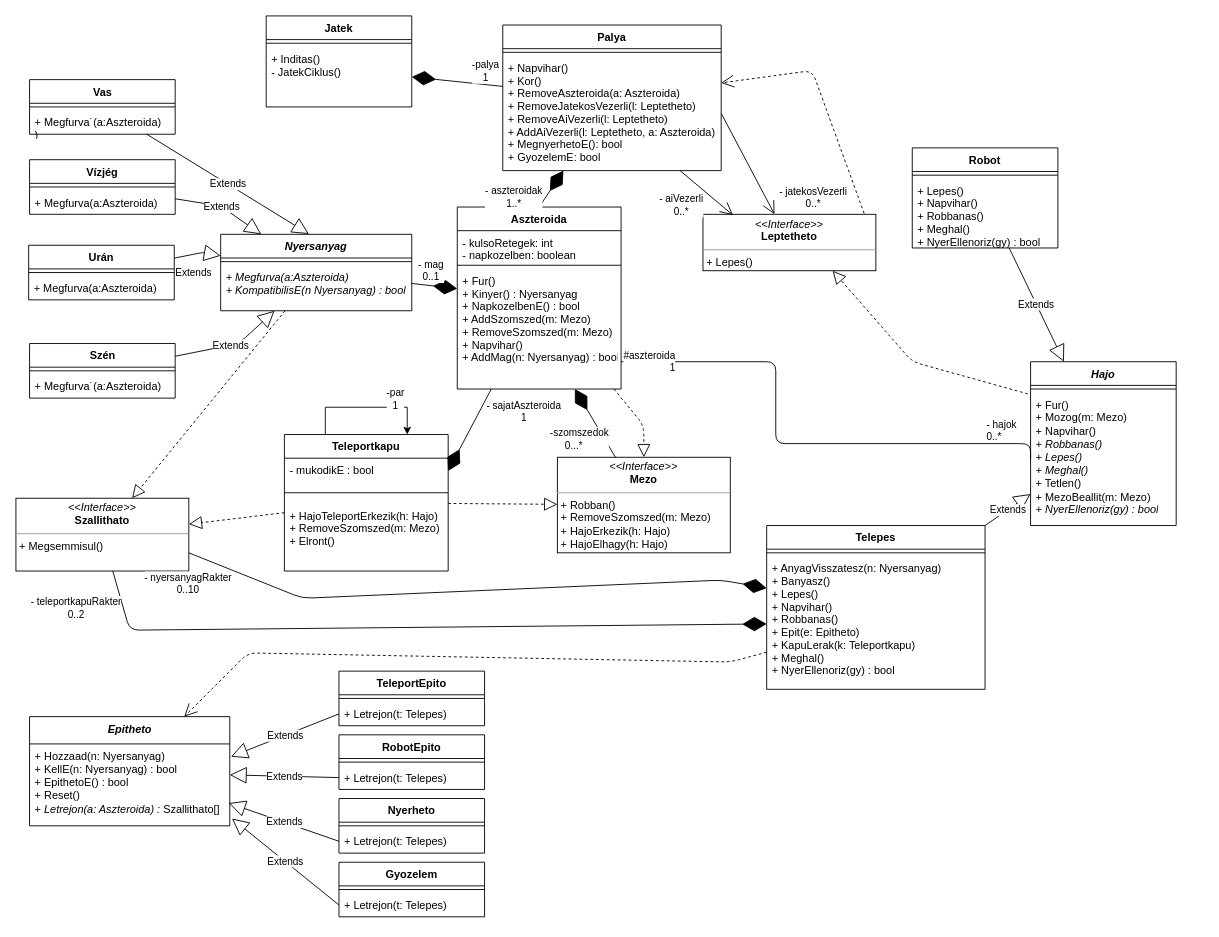
Earlier version of the draw.io diagram page "Page-1" (1 of 2) of doc/uml/class.drawio (torpeBoiGo/aszteroidabanyaszat). Source tidied: cells renumbered, new cells numbered last; positions are measured from the earlier drawing's top-left corner, leaving out a move shared by most shapes. Both pictures are drawn from the tidied source at 91%, with x=0, y=0 at pixel (15, 15).
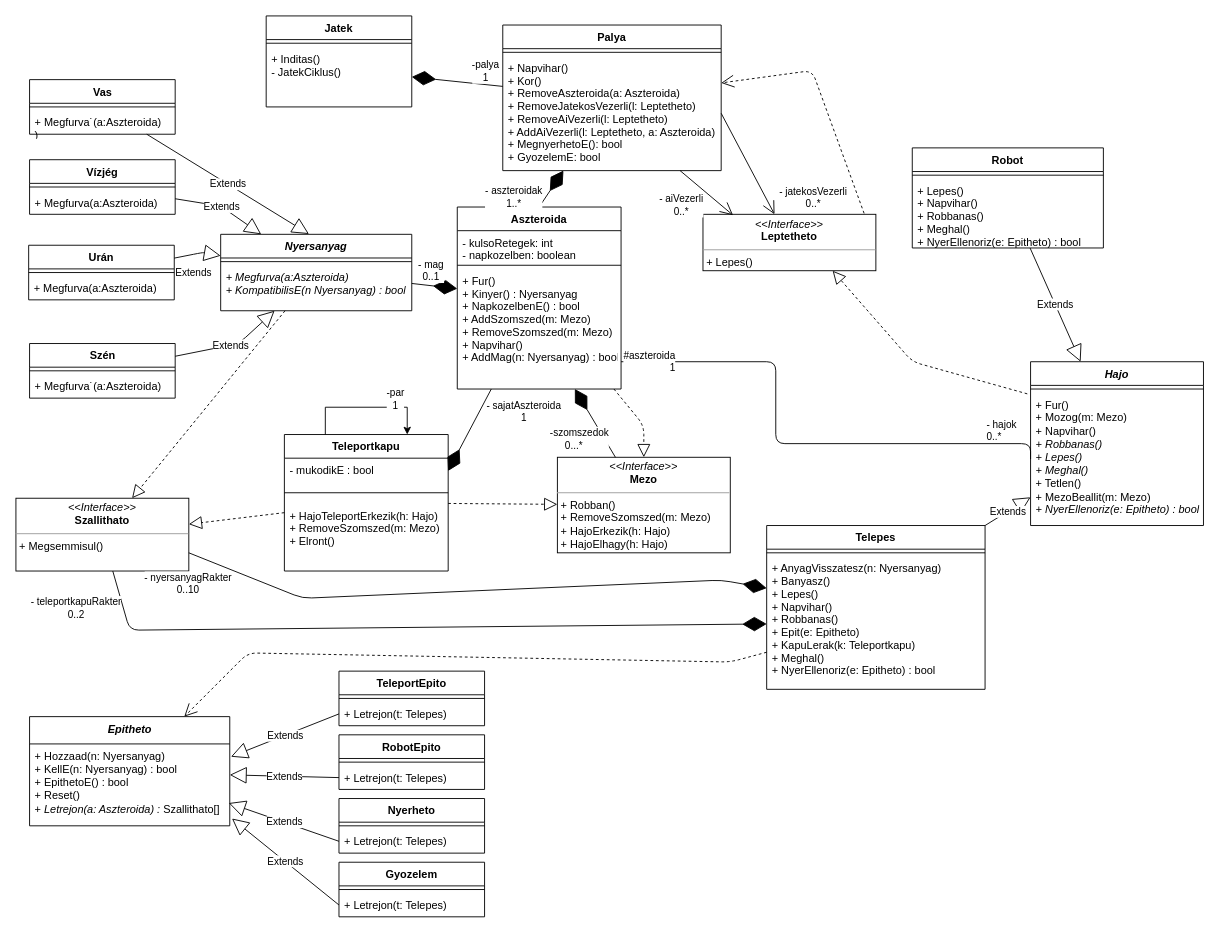
The same page after the edit.

Commit message:
Nyerellenoriz paraméter

Unchanged cells that the change refers to:
```xml
<mxCell id="16" value="Telepes" style="swimlane;fontStyle=1;align=center;verticalAlign=top;horizontal=1;startSize=26;" parent="1" vertex="1">
  <mxGeometry x="825" y="560" width="240" height="180" as="geometry" />
</mxCell>
```

Diff of the diagram source:
```diff
@@
     <mxCell id="13" value="Robot" style="swimlane;fontStyle=1;align=center;verticalAlign=top;horizontal=1;startSize=26;" parent="1" vertex="1">
-      <mxGeometry x="985" y="145" width="160" height="110" as="geometry" />
+      <mxGeometry x="985" y="145" width="210" height="110" as="geometry" />
     </mxCell>
     <mxCell id="14" style="line;strokeWidth=1;fillColor=none;align=left;verticalAlign=middle;spacingTop=-1;spacingLeft=3;spacingRight=3;labelPosition=right;" parent="13" vertex="1">
-      <mxGeometry y="26" width="160" height="8" as="geometry" />
+      <mxGeometry y="26" width="210" height="8" as="geometry" />
     </mxCell>
-    <mxCell id="15" value="+ Lepes()&#10;+ Napvihar()&#10;+ Robbanas()&#10;+ Meghal()&#10;+ NyerEllenoriz(gy) : bool" style="text;strokeColor=none;fillColor=none;align=left;verticalAlign=top;spacingLeft=4;spacingRight=4;overflow=hidden;" parent="13" vertex="1">
-      <mxGeometry y="34" width="160" height="76" as="geometry" />
+    <mxCell id="15" value="+ Lepes()&#10;+ Napvihar()&#10;+ Robbanas()&#10;+ Meghal()&#10;+ NyerEllenoriz(e: Epitheto) : bool" style="text;strokeColor=none;fillColor=none;align=left;verticalAlign=top;spacingLeft=4;spacingRight=4;overflow=hidden;fontStyle=0;" parent="13" vertex="1">
+      <mxGeometry y="34" width="210" height="76" as="geometry" />
     </mxCell>
@@
-    <mxCell id="18" value="+ AnyagVisszatesz(n: Nyersanyag)&#10;+ Banyasz()&#10;+ Lepes()&#10;+ Napvihar()&#10;+ Robbanas()&#10;+ Epit(e: Epitheto)&#10;+ KapuLerak(k: Teleportkapu)&#10;+ Meghal()&#10;+ NyerEllenoriz(gy) : bool" style="text;strokeColor=none;fillColor=none;align=left;verticalAlign=top;spacingLeft=4;spacingRight=4;overflow=hidden;points=[[0,0.5],[1,0.5]];portConstraint=eastwest;" parent="16" vertex="1">
+    <mxCell id="18" value="+ AnyagVisszatesz(n: Nyersanyag)&#10;+ Banyasz()&#10;+ Lepes()&#10;+ Napvihar()&#10;+ Robbanas()&#10;+ Epit(e: Epitheto)&#10;+ KapuLerak(k: Teleportkapu)&#10;+ Meghal()&#10;+ NyerEllenoriz(e: Epitheto) : bool" style="text;strokeColor=none;fillColor=none;align=left;verticalAlign=top;spacingLeft=4;spacingRight=4;overflow=hidden;points=[[0,0.5],[1,0.5]];portConstraint=eastwest;fontStyle=0;" parent="16" vertex="1">
       <mxGeometry y="34" width="240" height="146" as="geometry" />
     </mxCell>
     <mxCell id="19" value="Hajo" style="swimlane;fontStyle=3;align=center;verticalAlign=top;horizontal=1;startSize=26;" parent="1" vertex="1">
-      <mxGeometry x="1115" y="380" width="160" height="180" as="geometry" />
+      <mxGeometry x="1115" y="380" width="190" height="180" as="geometry" />
     </mxCell>
     <mxCell id="20" style="line;strokeWidth=1;fillColor=none;align=left;verticalAlign=middle;spacingTop=-1;spacingLeft=3;spacingRight=3;labelPosition=right;" parent="19" vertex="1">
-      <mxGeometry y="26" width="160" height="8" as="geometry" />
+      <mxGeometry y="26" width="190" height="8" as="geometry" />
     </mxCell>
-    <mxCell id="21" value="+ Fur()&lt;br&gt;+ Mozog(m: Mezo)&lt;br&gt;+ Napvihar()&lt;br&gt;&lt;i&gt;+ Robbanas()&lt;br&gt;+ Lepes()&lt;br&gt;+ Meghal()&lt;/i&gt;&lt;br&gt;+ Tetlen()&lt;br&gt;+ MezoBeallit(m: Mezo)&lt;br&gt;&lt;i&gt;+ NyerEllenoriz(gy) : bool&lt;/i&gt;" style="text;strokeColor=none;fillColor=none;align=left;verticalAlign=top;spacingLeft=4;spacingRight=4;overflow=hidden;points=[[0,0.5],[1,0.5]];portConstraint=eastwest;fontStyle=0;html=1;" parent="19" vertex="1">
-      <mxGeometry y="34" width="160" height="146" as="geometry" />
+    <mxCell id="21" value="+ Fur()&lt;br&gt;+ Mozog(m: Mezo)&lt;br&gt;+ Napvihar()&lt;br&gt;&lt;i&gt;+ Robbanas()&lt;br&gt;+ Lepes()&lt;br&gt;+ Meghal()&lt;/i&gt;&lt;br&gt;+ Tetlen()&lt;br&gt;+ MezoBeallit(m: Mezo)&lt;br&gt;&lt;i&gt;+ NyerEllenoriz(e: Epitheto) : bool&lt;/i&gt;" style="text;strokeColor=none;fillColor=none;align=left;verticalAlign=top;spacingLeft=4;spacingRight=4;overflow=hidden;points=[[0,0.5],[1,0.5]];portConstraint=eastwest;fontStyle=0;html=1;" parent="19" vertex="1">
+      <mxGeometry y="34" width="190" height="146" as="geometry" />
     </mxCell>
```
